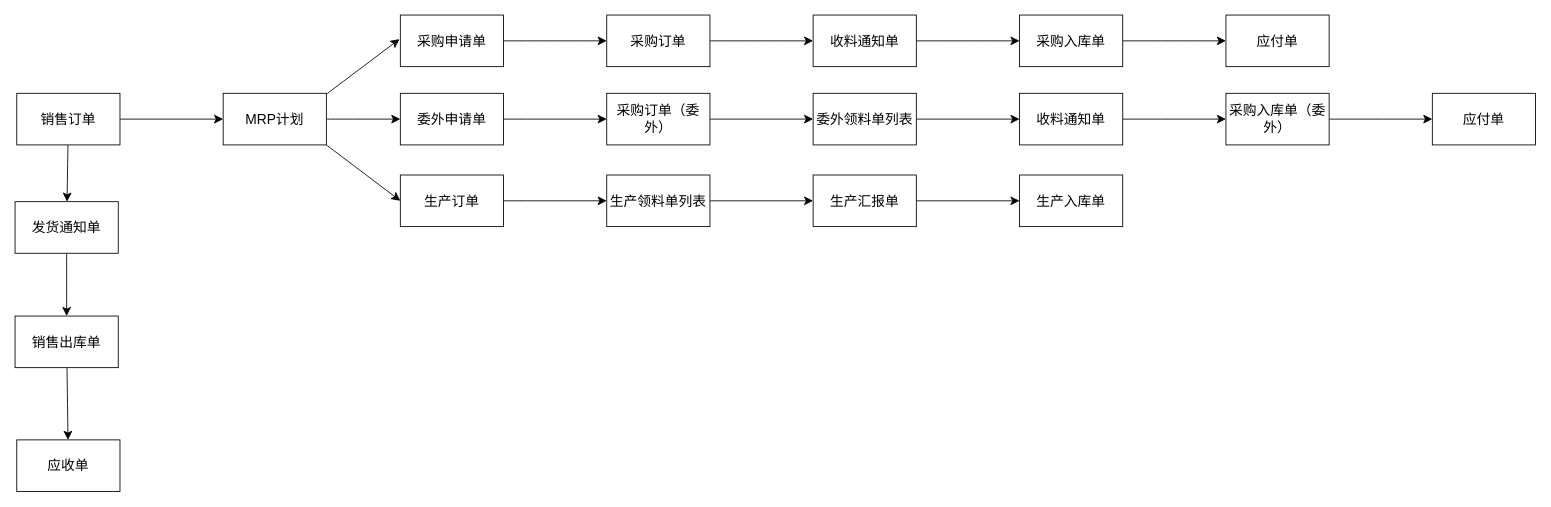
Before: page "第 1 页" (1 of 2) of 金蝶云星空单据流程图.drawio in HaloBoys/Diagrams, a draw.io diagram. Source tidied: cells renumbered, new cells numbered last; positions are measured from the earlier drawing's top-left corner, leaving out a move shared by most shapes. Both pictures are drawn from the tidied source at 86%, with x=0, y=0 at pixel (15, 15).
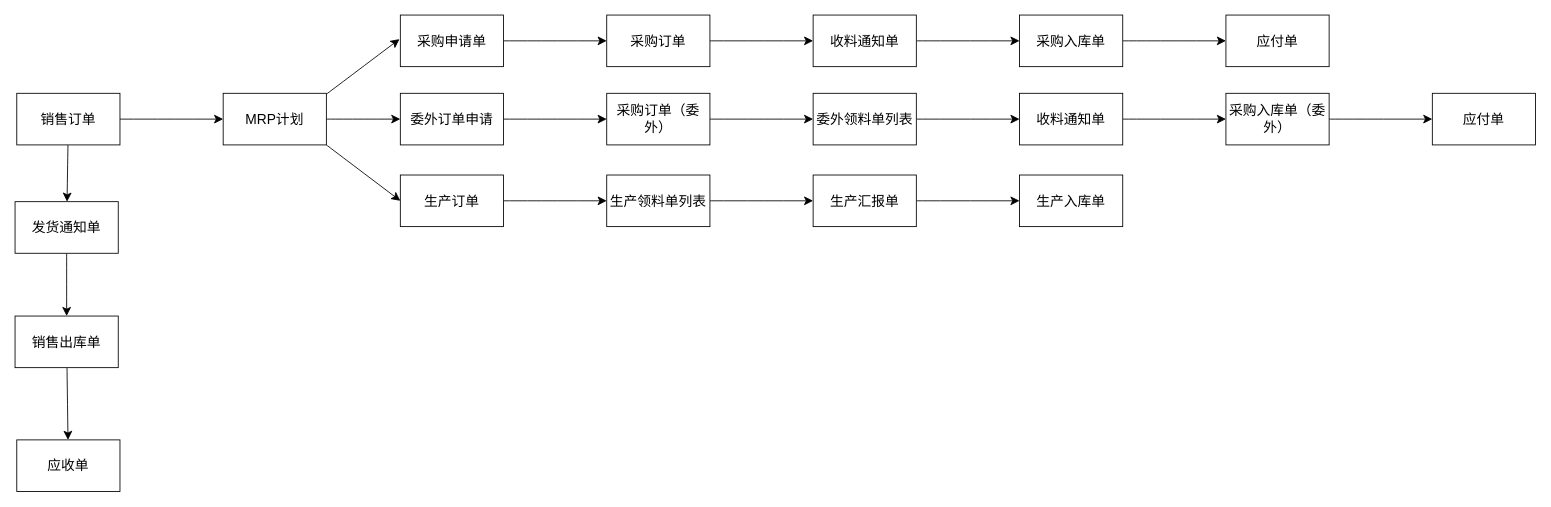
After the change.

Commit message:
更新金蝶云星空单据流程图.drawio

Diff of the diagram source:
```diff
@@
-    <mxCell id="10" value="委外申请单" style="whiteSpace=wrap;html=1;fontSize=16;rounded=0;" parent="1" vertex="1">
+    <mxCell id="10" value="委外订单申请" style="whiteSpace=wrap;html=1;fontSize=16;rounded=0;" parent="1" vertex="1">
       <mxGeometry x="448" y="91" width="120" height="60" as="geometry" />
     </mxCell>
```
